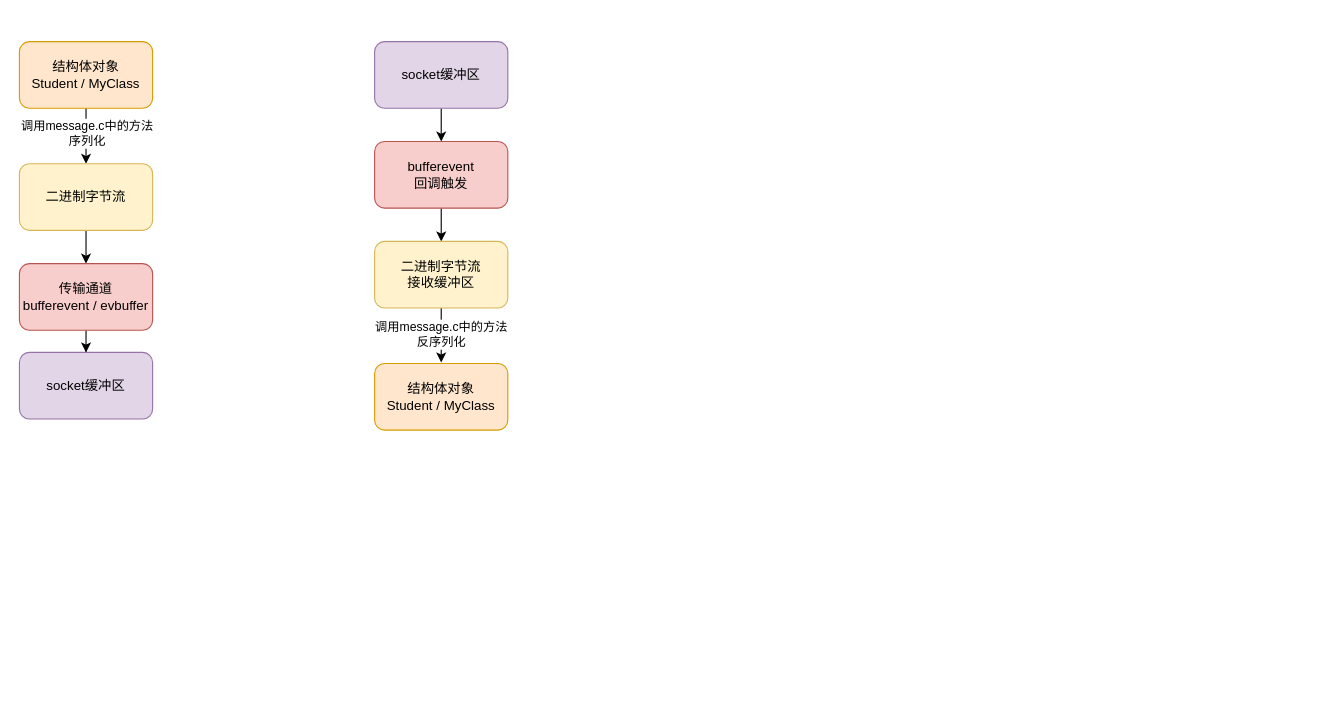
The draw.io diagram Libevent源码文件分类解读.drawio in wangxiaokun/mypic, before the edit. Source tidied: cells renumbered, new cells numbered last; positions are measured from the earlier drawing's top-left corner, leaving out a move shared by most shapes. Both pictures are drawn from the tidied source at 111%, with x=0, y=0 at pixel (19, 41).
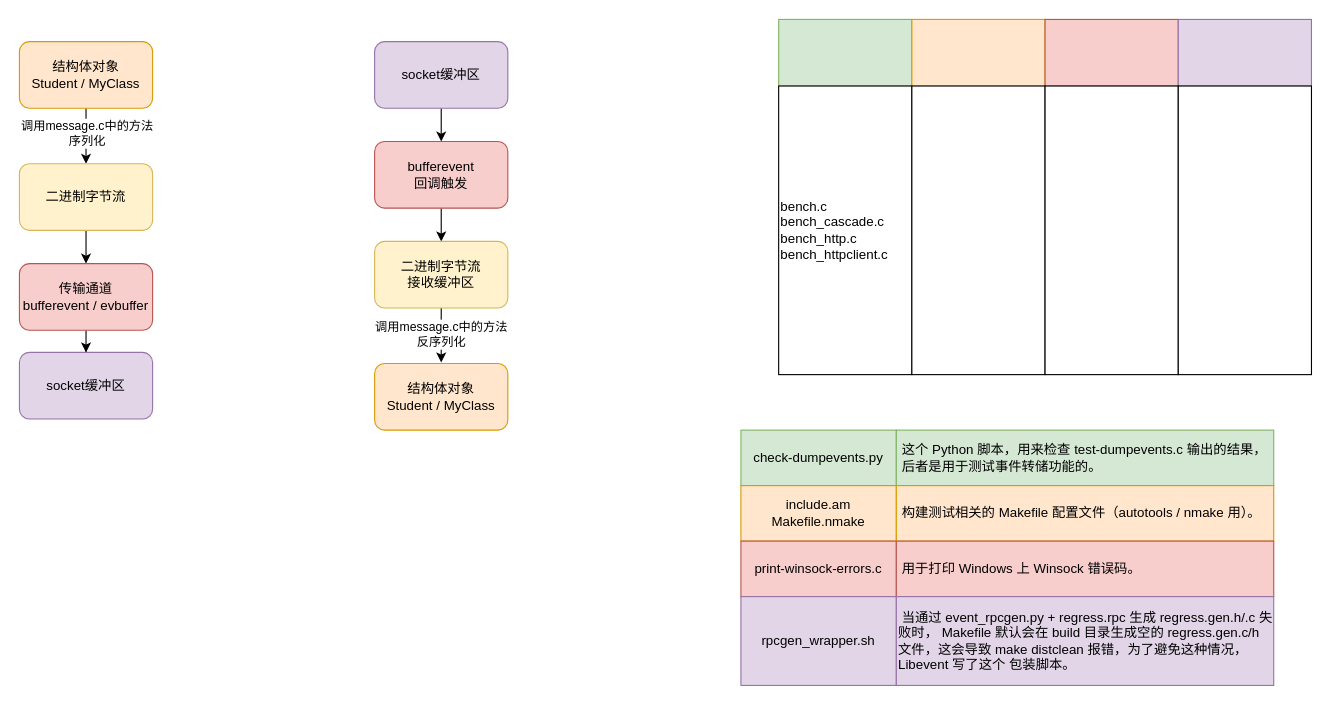
After the change.

Commit message:
更新Libevent源码文件分类解读.drawio

Diff of the diagram source:
```diff
@@
+    <mxCell id="17" style="rounded=0;whiteSpace=wrap;html=1;fillColor=#d5e8d4;strokeColor=#82b366;" parent="1" vertex="1">
+      <mxGeometry x="684" y="-20" width="120" height="60" as="geometry" />
+    </mxCell>
+    <mxCell id="18" style="rounded=0;whiteSpace=wrap;html=1;fillColor=#ffe6cc;strokeColor=#d79b00;" parent="1" vertex="1">
+      <mxGeometry x="804" y="-20" width="120" height="60" as="geometry" />
+    </mxCell>
+    <mxCell id="19" style="rounded=0;whiteSpace=wrap;html=1;fillColor=#f8cecc;strokeColor=#b85450;" parent="1" vertex="1">
+      <mxGeometry x="924" y="-20" width="120" height="60" as="geometry" />
+    </mxCell>
+    <mxCell id="20" style="rounded=0;whiteSpace=wrap;html=1;fillColor=#e1d5e7;strokeColor=#9673a6;" parent="1" vertex="1">
+      <mxGeometry x="1044" y="-20" width="120" height="60" as="geometry" />
+    </mxCell>
+    <mxCell id="21" value="&lt;div&gt;bench.c&lt;/div&gt;&lt;div&gt;bench_cascade.c&lt;/div&gt;&lt;div&gt;bench_http.c&lt;/div&gt;&lt;div&gt;bench_httpclient.c&lt;/div&gt;" style="rounded=0;whiteSpace=wrap;html=1;align=left;" parent="1" vertex="1">
+      <mxGeometry x="684" y="40" width="120" height="260" as="geometry" />
+    </mxCell>
+    <mxCell id="22" style="rounded=0;whiteSpace=wrap;html=1;align=left;" parent="1" vertex="1">
+      <mxGeometry x="804" y="40" width="120" height="260" as="geometry" />
+    </mxCell>
+    <mxCell id="23" style="rounded=0;whiteSpace=wrap;html=1;align=left;" parent="1" vertex="1">
+      <mxGeometry x="924" y="40" width="120" height="260" as="geometry" />
+    </mxCell>
+    <mxCell id="24" style="rounded=0;whiteSpace=wrap;html=1;align=left;" parent="1" vertex="1">
+      <mxGeometry x="1044" y="40" width="120" height="260" as="geometry" />
+    </mxCell>
+    <mxCell id="25" value="check-dumpevents.py" style="rounded=0;whiteSpace=wrap;html=1;fillColor=#d5e8d4;strokeColor=#82b366;" parent="1" vertex="1">
+      <mxGeometry x="650" y="350" width="140" height="50" as="geometry" />
+    </mxCell>
+    <mxCell id="26" value="&lt;div&gt;include.am&lt;/div&gt;&lt;div&gt;Makefile.nmake&lt;/div&gt;" style="rounded=0;whiteSpace=wrap;html=1;fillColor=#ffe6cc;strokeColor=#d79b00;" parent="1" vertex="1">
+      <mxGeometry x="650" y="400" width="140" height="50" as="geometry" />
+    </mxCell>
+    <mxCell id="27" value="print-winsock-errors.c" style="rounded=0;whiteSpace=wrap;html=1;fillColor=#f8cecc;strokeColor=#b85450;" parent="1" vertex="1">
+      <mxGeometry x="650" y="450" width="140" height="50" as="geometry" />
+    </mxCell>
+    <mxCell id="28" value="rpcgen_wrapper.sh" style="rounded=0;whiteSpace=wrap;html=1;fillColor=#e1d5e7;strokeColor=#9673a6;" parent="1" vertex="1">
+      <mxGeometry x="650" y="500" width="140" height="80" as="geometry" />
+    </mxCell>
+    <mxCell id="29" value="&amp;nbsp;这个 Python 脚本，用来检查 test-dumpevents.c 输出的结果，&amp;nbsp; &amp;nbsp;后者是用于测试事件转储功能的。" style="rounded=0;whiteSpace=wrap;html=1;fillColor=#d5e8d4;strokeColor=#82b366;align=left;" parent="1" vertex="1">
+      <mxGeometry x="790" y="350" width="340" height="50" as="geometry" />
+    </mxCell>
+    <mxCell id="30" value="&amp;nbsp;构建测试相关的 Makefile 配置文件（autotools / nmake 用）。" style="rounded=0;whiteSpace=wrap;html=1;fillColor=#ffe6cc;strokeColor=#d79b00;align=left;" parent="1" vertex="1">
+      <mxGeometry x="790" y="400" width="340" height="50" as="geometry" />
+    </mxCell>
+    <mxCell id="31" value="&amp;nbsp;用于打印 Windows 上 Winsock 错误码。" style="rounded=0;whiteSpace=wrap;html=1;fillColor=#f8cecc;strokeColor=#b85450;align=left;" parent="1" vertex="1">
+      <mxGeometry x="790" y="450" width="340" height="50" as="geometry" />
+    </mxCell>
+    <mxCell id="32" value="&amp;nbsp;当通过 event_rpcgen.py +&amp;nbsp;regress.rpc 生成&amp;nbsp;regress.gen.h/.c 失败时， Makefile 默认会在 build 目录生成空的 regress.gen.c/h 文件，这会导致 make distclean 报错，为了避免这种情况，Libevent 写了这个 包装脚本。" style="rounded=0;whiteSpace=wrap;html=1;fillColor=#e1d5e7;strokeColor=#9673a6;align=left;" parent="1" vertex="1">
+      <mxGeometry x="790" y="500" width="340" height="80" as="geometry" />
+    </mxCell>
```
